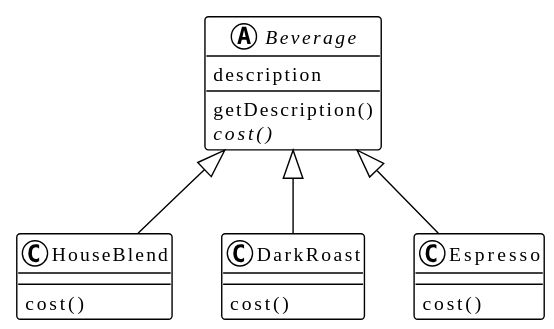
Earlier version of the PlantUML export src/chapterc/a/uml_1.svg (chesterchenn/HFDP). Its diagram source:
```plantuml
@startuml
!theme plain

Beverage <|-- HouseBlend
Beverage <|-- DarkRoast
Beverage <|-- Espresso

abstract class Beverage {
  description

  getDescription()
  {abstract} cost()
}

class HouseBlend {
  cost()
}

class DarkRoast {
  cost()
}

class Espresso {
  cost()
}

@enduml
```
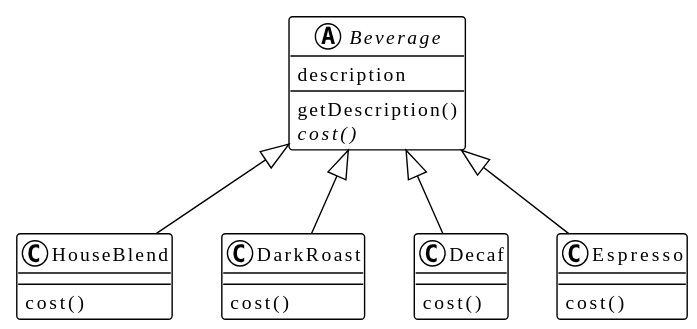
The same file after the commit.

The edit, as a diff of the source:
```diff
@@ -3,6 +3,7 @@
 
 Beverage <|-- HouseBlend
 Beverage <|-- DarkRoast
+Beverage <|-- Decaf
 Beverage <|-- Espresso
 
 abstract class Beverage {
@@ -24,4 +25,8 @@
   cost()
 }
 
+class Decaf {
+  cost()
+}
+
 @enduml
```
